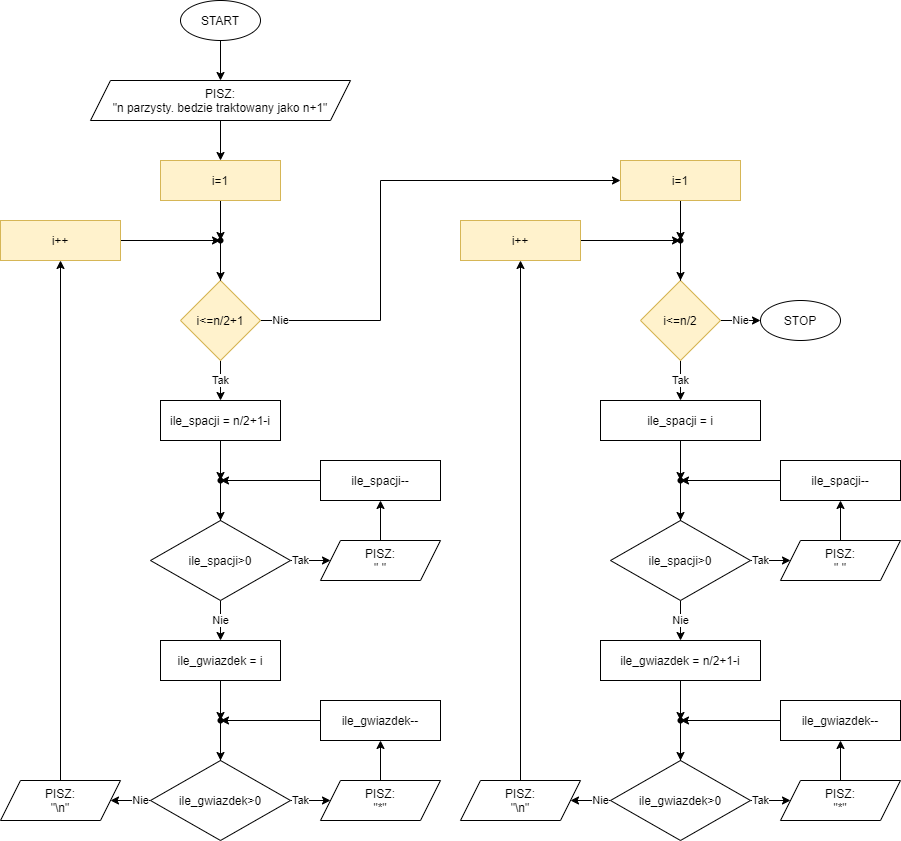
HelloProgramowanie/prog1 keeps this draw.io diagram as L4Z1f.drawio.png. Above is the earlier version. Source tidied: cells renumbered, new cells last; positions are measured from the earlier drawing's top-left corner, leaving out a move shared by most shapes. Its diagram source:
```xml
<mxGraphModel>
  <root>
    <mxCell id="0" />
    <mxCell id="1" parent="0" />
    <mxCell id="2" style="edgeStyle=orthogonalEdgeStyle;rounded=0;jettySize=auto;html=1;" parent="1" edge="1" source="3" target="49">
      <mxGeometry relative="1" as="geometry" />
    </mxCell>
    <mxCell id="3" value="START" style="ellipse;whiteSpace=wrap;html=1;" parent="1" vertex="1">
      <mxGeometry x="180" width="80" height="40" as="geometry" />
    </mxCell>
    <mxCell id="4" style="edgeStyle=orthogonalEdgeStyle;rounded=0;jettySize=auto;html=1;" parent="1" edge="1" source="5" target="25">
      <mxGeometry relative="1" as="geometry" />
    </mxCell>
    <mxCell id="5" value="i=1" style="whiteSpace=wrap;html=1;fillColor=#fff2cc;strokeColor=#d6b656;" parent="1" vertex="1">
      <mxGeometry x="160" y="160" width="120" height="40" as="geometry" />
    </mxCell>
    <mxCell id="6" value="Tak" style="edgeStyle=orthogonalEdgeStyle;rounded=0;jettySize=auto;html=1;" parent="1" edge="1" source="8">
      <mxGeometry relative="1" as="geometry">
        <mxPoint x="220" y="400" as="targetPoint" />
      </mxGeometry>
    </mxCell>
    <mxCell id="7" value="Nie" style="edgeStyle=orthogonalEdgeStyle;rounded=0;jettySize=auto;html=1;" parent="1" edge="1" source="8" target="27">
      <mxGeometry x="-0.92" relative="1" as="geometry">
        <Array as="points">
          <mxPoint x="380" y="320" />
          <mxPoint x="380" y="180" />
        </Array>
      </mxGeometry>
    </mxCell>
    <mxCell id="8" value="i&amp;lt;=n/2+1" style="rhombus;whiteSpace=wrap;html=1;fillColor=#fff2cc;strokeColor=#d6b656;" parent="1" vertex="1">
      <mxGeometry x="180" y="280" width="80" height="80" as="geometry" />
    </mxCell>
    <mxCell id="9" style="edgeStyle=orthogonalEdgeStyle;rounded=0;jettySize=auto;html=1;" parent="1" edge="1" source="10" target="19">
      <mxGeometry relative="1" as="geometry" />
    </mxCell>
    <mxCell id="10" value="ile_spacji = n/2+1-i" style="whiteSpace=wrap;html=1;" parent="1" vertex="1">
      <mxGeometry x="160" y="400" width="120" height="40" as="geometry" />
    </mxCell>
    <mxCell id="11" style="edgeStyle=orthogonalEdgeStyle;rounded=0;jettySize=auto;html=1;" parent="1" edge="1" source="12" target="14">
      <mxGeometry relative="1" as="geometry" />
    </mxCell>
    <mxCell id="12" value="PISZ:&lt;br&gt;&quot; &quot;" style="shape=parallelogram;perimeter=parallelogramPerimeter;whiteSpace=wrap;html=1;fixedSize=1;" parent="1" vertex="1">
      <mxGeometry x="320" y="540" width="120" height="40" as="geometry" />
    </mxCell>
    <mxCell id="13" style="edgeStyle=orthogonalEdgeStyle;rounded=0;jettySize=auto;html=1;" parent="1" edge="1" source="14" target="19">
      <mxGeometry relative="1" as="geometry">
        <Array as="points">
          <mxPoint x="380" y="480" />
        </Array>
      </mxGeometry>
    </mxCell>
    <mxCell id="14" value="ile_spacji--" style="whiteSpace=wrap;html=1;" parent="1" vertex="1">
      <mxGeometry x="320" y="460" width="120" height="40" as="geometry" />
    </mxCell>
    <mxCell id="15" value="Tak" style="edgeStyle=orthogonalEdgeStyle;rounded=0;jettySize=auto;html=1;" parent="1" edge="1" source="17" target="12">
      <mxGeometry relative="1" as="geometry" />
    </mxCell>
    <mxCell id="16" value="Nie" style="edgeStyle=orthogonalEdgeStyle;rounded=0;jettySize=auto;html=1;" parent="1" edge="1" source="17" target="51">
      <mxGeometry relative="1" as="geometry" />
    </mxCell>
    <mxCell id="17" value="ile_spacji&amp;gt;0" style="rhombus;whiteSpace=wrap;html=1;" parent="1" vertex="1">
      <mxGeometry x="150" y="520" width="140" height="80" as="geometry" />
    </mxCell>
    <mxCell id="18" style="edgeStyle=orthogonalEdgeStyle;rounded=0;jettySize=auto;html=1;" parent="1" edge="1" source="19" target="17">
      <mxGeometry relative="1" as="geometry" />
    </mxCell>
    <mxCell id="19" style="shape=waypoint;size=6;points=[];fillColor=#ffffff;perimeter=centerPerimeter;snapToPoint=1;" parent="1" vertex="1">
      <mxGeometry x="200" y="460" width="40" height="40" as="geometry" />
    </mxCell>
    <mxCell id="20" style="edgeStyle=orthogonalEdgeStyle;rounded=0;jettySize=auto;html=1;" parent="1" edge="1" source="21" target="23">
      <mxGeometry relative="1" as="geometry" />
    </mxCell>
    <mxCell id="21" value="PISZ:&lt;br&gt;&quot;\n&quot;" style="shape=parallelogram;perimeter=parallelogramPerimeter;whiteSpace=wrap;html=1;fixedSize=1;" parent="1" vertex="1">
      <mxGeometry y="780" width="120" height="40" as="geometry" />
    </mxCell>
    <mxCell id="22" style="edgeStyle=orthogonalEdgeStyle;rounded=0;jettySize=auto;html=1;" parent="1" edge="1" source="23" target="25">
      <mxGeometry relative="1" as="geometry" />
    </mxCell>
    <mxCell id="23" value="i++" style="whiteSpace=wrap;html=1;fillColor=#fff2cc;strokeColor=#d6b656;" parent="1" vertex="1">
      <mxGeometry y="220" width="120" height="40" as="geometry" />
    </mxCell>
    <mxCell id="24" style="edgeStyle=orthogonalEdgeStyle;rounded=0;jettySize=auto;html=1;" parent="1" edge="1" source="25" target="8">
      <mxGeometry relative="1" as="geometry" />
    </mxCell>
    <mxCell id="25" style="shape=waypoint;size=6;points=[];fillColor=#ffffff;perimeter=centerPerimeter;snapToPoint=1;" parent="1" vertex="1">
      <mxGeometry x="200" y="220" width="40" height="40" as="geometry" />
    </mxCell>
    <mxCell id="26" style="edgeStyle=orthogonalEdgeStyle;rounded=0;jettySize=auto;html=1;" parent="1" edge="1" source="27" target="46">
      <mxGeometry relative="1" as="geometry" />
    </mxCell>
    <mxCell id="27" value="i=1" style="whiteSpace=wrap;html=1;fillColor=#fff2cc;strokeColor=#d6b656;" parent="1" vertex="1">
      <mxGeometry x="620" y="160" width="120" height="40" as="geometry" />
    </mxCell>
    <mxCell id="28" value="Tak" style="edgeStyle=orthogonalEdgeStyle;rounded=0;jettySize=auto;html=1;" parent="1" edge="1" source="30">
      <mxGeometry relative="1" as="geometry">
        <mxPoint x="680" y="400" as="targetPoint" />
      </mxGeometry>
    </mxCell>
    <mxCell id="29" value="Nie" style="edgeStyle=orthogonalEdgeStyle;rounded=0;jettySize=auto;html=1;" parent="1" edge="1" source="30" target="47">
      <mxGeometry relative="1" as="geometry" />
    </mxCell>
    <mxCell id="30" value="i&amp;lt;=n/2" style="rhombus;whiteSpace=wrap;html=1;fillColor=#fff2cc;strokeColor=#d6b656;" parent="1" vertex="1">
      <mxGeometry x="640" y="280" width="80" height="80" as="geometry" />
    </mxCell>
    <mxCell id="31" style="edgeStyle=orthogonalEdgeStyle;rounded=0;jettySize=auto;html=1;" parent="1" edge="1" source="32" target="41">
      <mxGeometry relative="1" as="geometry" />
    </mxCell>
    <mxCell id="32" value="ile_spacji = i" style="whiteSpace=wrap;html=1;" parent="1" vertex="1">
      <mxGeometry x="600" y="400" width="160" height="40" as="geometry" />
    </mxCell>
    <mxCell id="33" style="edgeStyle=orthogonalEdgeStyle;rounded=0;jettySize=auto;html=1;" parent="1" edge="1" source="34" target="36">
      <mxGeometry relative="1" as="geometry" />
    </mxCell>
    <mxCell id="34" value="PISZ:&lt;br&gt;&quot; &quot;" style="shape=parallelogram;perimeter=parallelogramPerimeter;whiteSpace=wrap;html=1;fixedSize=1;" parent="1" vertex="1">
      <mxGeometry x="780" y="540" width="120" height="40" as="geometry" />
    </mxCell>
    <mxCell id="35" style="edgeStyle=orthogonalEdgeStyle;rounded=0;jettySize=auto;html=1;" parent="1" edge="1" source="36" target="41">
      <mxGeometry relative="1" as="geometry">
        <Array as="points">
          <mxPoint x="840" y="480" />
        </Array>
      </mxGeometry>
    </mxCell>
    <mxCell id="36" value="ile_spacji--" style="whiteSpace=wrap;html=1;" parent="1" vertex="1">
      <mxGeometry x="780" y="460" width="120" height="40" as="geometry" />
    </mxCell>
    <mxCell id="37" value="Tak" style="edgeStyle=orthogonalEdgeStyle;rounded=0;jettySize=auto;html=1;" parent="1" edge="1" source="39" target="34">
      <mxGeometry relative="1" as="geometry" />
    </mxCell>
    <mxCell id="38" value="Nie" style="edgeStyle=orthogonalEdgeStyle;rounded=0;jettySize=auto;html=1;" parent="1" edge="1" source="39" target="62">
      <mxGeometry relative="1" as="geometry" />
    </mxCell>
    <mxCell id="39" value="ile_spacji&amp;gt;0" style="rhombus;whiteSpace=wrap;html=1;" parent="1" vertex="1">
      <mxGeometry x="610" y="520" width="140" height="80" as="geometry" />
    </mxCell>
    <mxCell id="40" style="edgeStyle=orthogonalEdgeStyle;rounded=0;jettySize=auto;html=1;" parent="1" edge="1" source="41" target="39">
      <mxGeometry relative="1" as="geometry" />
    </mxCell>
    <mxCell id="41" style="shape=waypoint;size=6;points=[];fillColor=#ffffff;perimeter=centerPerimeter;snapToPoint=1;" parent="1" vertex="1">
      <mxGeometry x="660" y="460" width="40" height="40" as="geometry" />
    </mxCell>
    <mxCell id="42" style="edgeStyle=orthogonalEdgeStyle;rounded=0;jettySize=auto;html=1;exitX=0.5;exitY=0;exitDx=0;exitDy=0;" parent="1" edge="1" source="72" target="44">
      <mxGeometry relative="1" as="geometry" />
    </mxCell>
    <mxCell id="43" style="edgeStyle=orthogonalEdgeStyle;rounded=0;jettySize=auto;html=1;" parent="1" edge="1" source="44" target="46">
      <mxGeometry relative="1" as="geometry" />
    </mxCell>
    <mxCell id="44" value="i++" style="whiteSpace=wrap;html=1;fillColor=#fff2cc;strokeColor=#d6b656;" parent="1" vertex="1">
      <mxGeometry x="460" y="220" width="120" height="40" as="geometry" />
    </mxCell>
    <mxCell id="45" style="edgeStyle=orthogonalEdgeStyle;rounded=0;jettySize=auto;html=1;" parent="1" edge="1" source="46" target="30">
      <mxGeometry relative="1" as="geometry" />
    </mxCell>
    <mxCell id="46" style="shape=waypoint;size=6;points=[];fillColor=#ffffff;perimeter=centerPerimeter;snapToPoint=1;" parent="1" vertex="1">
      <mxGeometry x="660" y="220" width="40" height="40" as="geometry" />
    </mxCell>
    <mxCell id="47" value="STOP" style="ellipse;whiteSpace=wrap;html=1;" parent="1" vertex="1">
      <mxGeometry x="760" y="300" width="80" height="40" as="geometry" />
    </mxCell>
    <mxCell id="48" style="edgeStyle=orthogonalEdgeStyle;rounded=0;jettySize=auto;html=1;" parent="1" edge="1" source="49" target="5">
      <mxGeometry relative="1" as="geometry" />
    </mxCell>
    <mxCell id="49" value="PISZ:&lt;br&gt;&quot;n parzysty. bedzie traktowany jako n+1&quot;" style="shape=parallelogram;perimeter=parallelogramPerimeter;whiteSpace=wrap;html=1;fixedSize=1;" parent="1" vertex="1">
      <mxGeometry x="90" y="80" width="260" height="40" as="geometry" />
    </mxCell>
    <mxCell id="50" style="edgeStyle=orthogonalEdgeStyle;rounded=0;jettySize=auto;html=1;" parent="1" edge="1" source="51" target="60">
      <mxGeometry relative="1" as="geometry" />
    </mxCell>
    <mxCell id="51" value="ile_gwiazdek = i" style="whiteSpace=wrap;html=1;" parent="1" vertex="1">
      <mxGeometry x="160" y="640" width="120" height="40" as="geometry" />
    </mxCell>
    <mxCell id="52" style="edgeStyle=orthogonalEdgeStyle;rounded=0;jettySize=auto;html=1;" parent="1" edge="1" source="53" target="55">
      <mxGeometry relative="1" as="geometry" />
    </mxCell>
    <mxCell id="53" value="PISZ:&lt;br&gt;&quot;*&quot;" style="shape=parallelogram;perimeter=parallelogramPerimeter;whiteSpace=wrap;html=1;fixedSize=1;" parent="1" vertex="1">
      <mxGeometry x="320" y="780" width="120" height="40" as="geometry" />
    </mxCell>
    <mxCell id="54" style="edgeStyle=orthogonalEdgeStyle;rounded=0;jettySize=auto;html=1;" parent="1" edge="1" source="55" target="60">
      <mxGeometry relative="1" as="geometry">
        <Array as="points">
          <mxPoint x="380" y="720" />
        </Array>
      </mxGeometry>
    </mxCell>
    <mxCell id="55" value="ile_gwiazdek--" style="whiteSpace=wrap;html=1;" parent="1" vertex="1">
      <mxGeometry x="320" y="700" width="120" height="40" as="geometry" />
    </mxCell>
    <mxCell id="56" value="Tak" style="edgeStyle=orthogonalEdgeStyle;rounded=0;jettySize=auto;html=1;" parent="1" edge="1" source="58" target="53">
      <mxGeometry relative="1" as="geometry" />
    </mxCell>
    <mxCell id="57" value="Nie" style="edgeStyle=orthogonalEdgeStyle;rounded=0;jettySize=auto;html=1;" parent="1" edge="1" source="58" target="21">
      <mxGeometry relative="1" as="geometry" />
    </mxCell>
    <mxCell id="58" value="ile_gwiazdek&amp;gt;0" style="rhombus;whiteSpace=wrap;html=1;" parent="1" vertex="1">
      <mxGeometry x="150" y="760" width="140" height="80" as="geometry" />
    </mxCell>
    <mxCell id="59" style="edgeStyle=orthogonalEdgeStyle;rounded=0;jettySize=auto;html=1;" parent="1" edge="1" source="60" target="58">
      <mxGeometry relative="1" as="geometry" />
    </mxCell>
    <mxCell id="60" style="shape=waypoint;size=6;points=[];fillColor=#ffffff;perimeter=centerPerimeter;snapToPoint=1;" parent="1" vertex="1">
      <mxGeometry x="200" y="700" width="40" height="40" as="geometry" />
    </mxCell>
    <mxCell id="61" style="edgeStyle=orthogonalEdgeStyle;rounded=0;jettySize=auto;html=1;" parent="1" edge="1" source="62" target="71">
      <mxGeometry relative="1" as="geometry" />
    </mxCell>
    <mxCell id="62" value="ile_gwiazdek = n/2+1-i" style="whiteSpace=wrap;html=1;" parent="1" vertex="1">
      <mxGeometry x="600" y="640" width="160" height="40" as="geometry" />
    </mxCell>
    <mxCell id="63" style="edgeStyle=orthogonalEdgeStyle;rounded=0;jettySize=auto;html=1;" parent="1" edge="1" source="64" target="66">
      <mxGeometry relative="1" as="geometry" />
    </mxCell>
    <mxCell id="64" value="PISZ:&lt;br&gt;&quot;*&quot;" style="shape=parallelogram;perimeter=parallelogramPerimeter;whiteSpace=wrap;html=1;fixedSize=1;" parent="1" vertex="1">
      <mxGeometry x="780" y="780" width="120" height="40" as="geometry" />
    </mxCell>
    <mxCell id="65" style="edgeStyle=orthogonalEdgeStyle;rounded=0;jettySize=auto;html=1;" parent="1" edge="1" source="66" target="71">
      <mxGeometry relative="1" as="geometry">
        <Array as="points">
          <mxPoint x="840" y="720" />
        </Array>
      </mxGeometry>
    </mxCell>
    <mxCell id="66" value="ile_gwiazdek--" style="whiteSpace=wrap;html=1;" parent="1" vertex="1">
      <mxGeometry x="780" y="700" width="120" height="40" as="geometry" />
    </mxCell>
    <mxCell id="67" value="Tak" style="edgeStyle=orthogonalEdgeStyle;rounded=0;jettySize=auto;html=1;" parent="1" edge="1" source="69" target="64">
      <mxGeometry relative="1" as="geometry" />
    </mxCell>
    <mxCell id="68" value="Nie" style="edgeStyle=orthogonalEdgeStyle;rounded=0;jettySize=auto;html=1;" parent="1" edge="1" source="69" target="72">
      <mxGeometry relative="1" as="geometry" />
    </mxCell>
    <mxCell id="69" value="ile_gwiazdek&amp;gt;0" style="rhombus;whiteSpace=wrap;html=1;" parent="1" vertex="1">
      <mxGeometry x="610" y="760" width="140" height="80" as="geometry" />
    </mxCell>
    <mxCell id="70" style="edgeStyle=orthogonalEdgeStyle;rounded=0;jettySize=auto;html=1;" parent="1" edge="1" source="71" target="69">
      <mxGeometry relative="1" as="geometry" />
    </mxCell>
    <mxCell id="71" style="shape=waypoint;size=6;points=[];fillColor=#ffffff;perimeter=centerPerimeter;snapToPoint=1;" parent="1" vertex="1">
      <mxGeometry x="660" y="700" width="40" height="40" as="geometry" />
    </mxCell>
    <mxCell id="72" value="PISZ:&lt;br&gt;&quot;\n&quot;" style="shape=parallelogram;perimeter=parallelogramPerimeter;whiteSpace=wrap;html=1;fixedSize=1;" parent="1" vertex="1">
      <mxGeometry x="460" y="780" width="120" height="40" as="geometry" />
    </mxCell>
  </root>
</mxGraphModel>
```
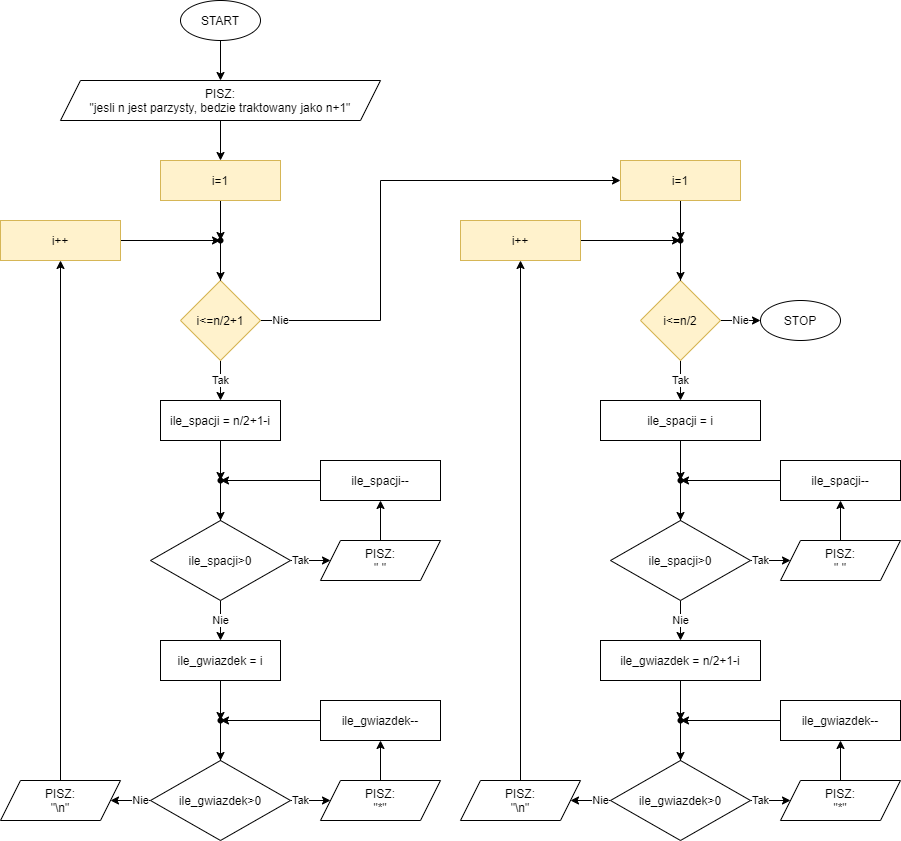
The same file after the commit.

The edit, as a diff of the source:
```diff
@@ -160,8 +160,8 @@
     <mxCell id="48" style="edgeStyle=orthogonalEdgeStyle;rounded=0;jettySize=auto;html=1;" parent="1" edge="1" source="49" target="5">
       <mxGeometry relative="1" as="geometry" />
     </mxCell>
-    <mxCell id="49" value="PISZ:&lt;br&gt;&quot;n parzysty. bedzie traktowany jako n+1&quot;" style="shape=parallelogram;perimeter=parallelogramPerimeter;whiteSpace=wrap;html=1;fixedSize=1;" parent="1" vertex="1">
-      <mxGeometry x="90" y="80" width="260" height="40" as="geometry" />
+    <mxCell id="49" value="PISZ:&lt;br&gt;&quot;jesli n jest parzysty, bedzie traktowany jako n+1&quot;" style="shape=parallelogram;perimeter=parallelogramPerimeter;whiteSpace=wrap;html=1;fixedSize=1;" parent="1" vertex="1">
+      <mxGeometry x="60" y="80" width="320" height="40" as="geometry" />
     </mxCell>
     <mxCell id="50" style="edgeStyle=orthogonalEdgeStyle;rounded=0;jettySize=auto;html=1;" parent="1" edge="1" source="51" target="60">
       <mxGeometry relative="1" as="geometry" />
```
